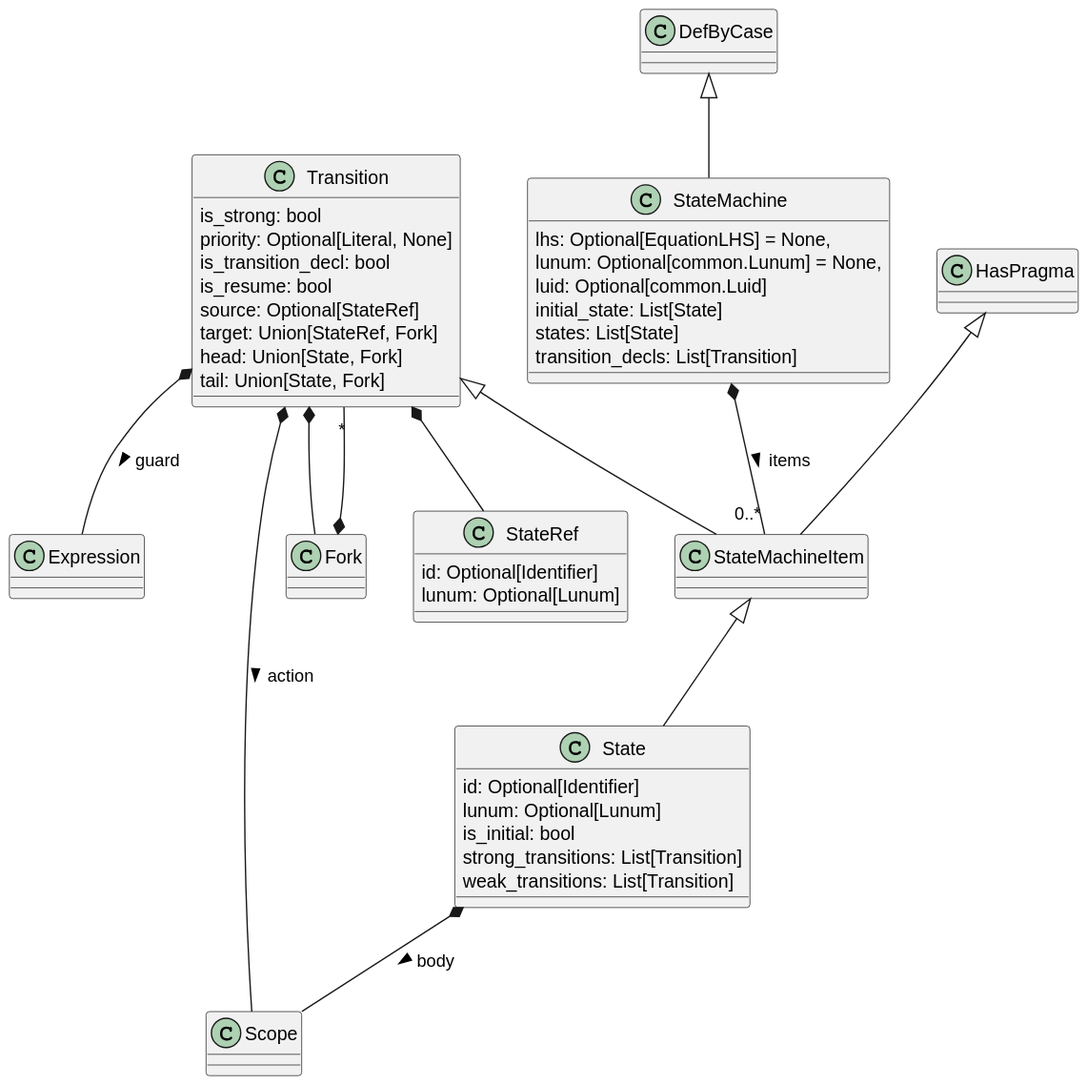
Earlier version of the PlantUML export doc/source/api/language/operator_body/states_and_transitions.svg (ansys/pyscadeone).
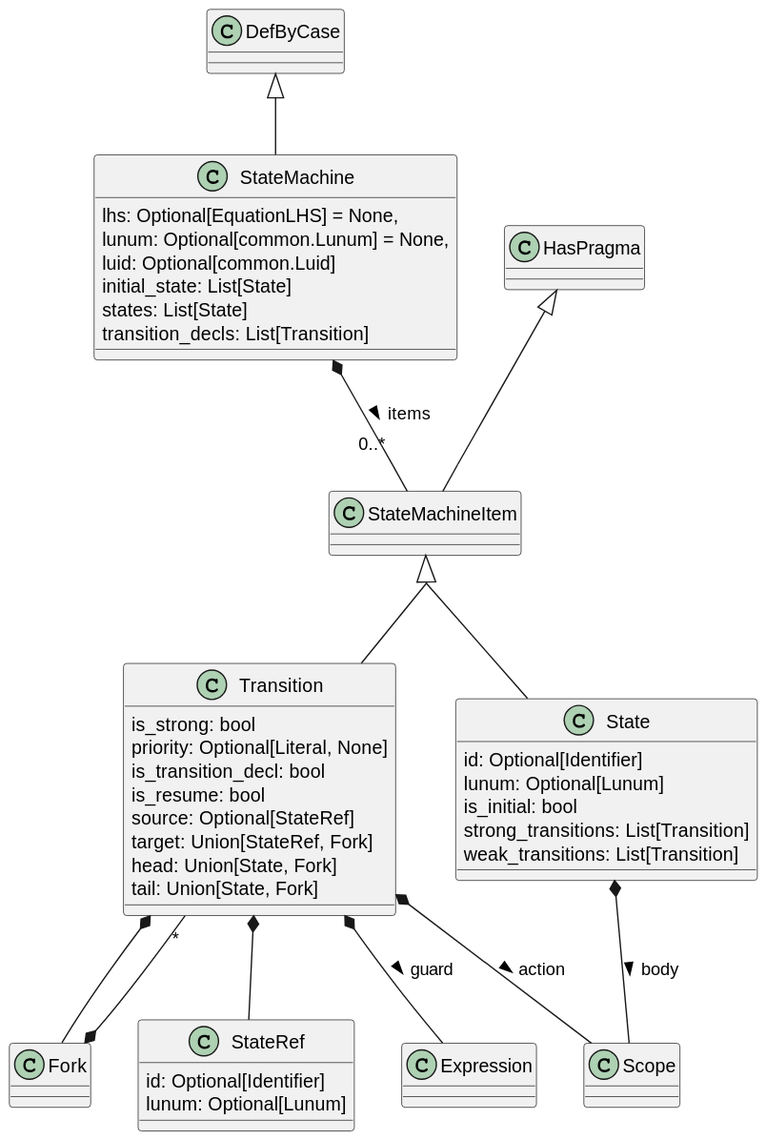
After the change.

Change to the diagram source:
```diff
@@ -6,7 +6,7 @@
 
 HasPragma <|-- StateMachineItem
 
-Transition <|-- StateMachineItem
+StateMachineItem <|-- Transition
 
 class Transition {
    is_strong: bool
```
